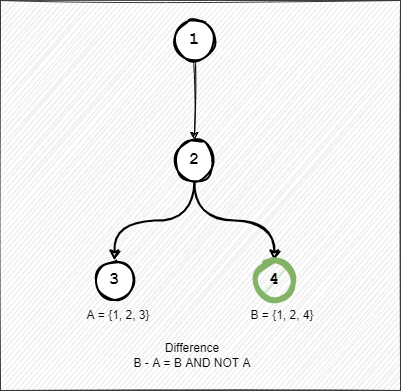
braboj/tutorial-git keeps this draw.io diagram as Assets/images/git-selectors-double-dot.png. Above is the earlier version. Source tidied: cells renumbered, new cells last; positions are measured from the earlier drawing's top-left corner, leaving out a move shared by most shapes.
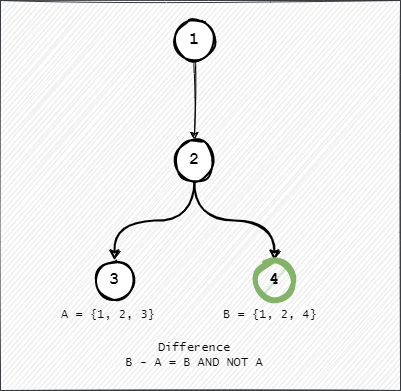
The same diagram one commit later.

What changed in the source:
```diff
@@ -26,14 +26,14 @@
     <mxCell id="9" value="1" style="ellipse;whiteSpace=wrap;html=1;strokeWidth=2;shadow=0;sketch=1;fontFamily=Courier New;fontSize=17;fontStyle=1;" parent="1" vertex="1">
       <mxGeometry x="174" y="20" width="40" height="40" as="geometry" />
     </mxCell>
-    <mxCell id="10" value="B = {1, 2, 4}" style="text;html=1;strokeColor=none;fillColor=none;align=center;verticalAlign=middle;whiteSpace=wrap;rounded=0;sketch=1;" parent="1" vertex="1">
-      <mxGeometry x="244" y="300" width="76" height="30" as="geometry" />
+    <mxCell id="10" value="B = {1, 2, 4}" style="text;html=1;strokeColor=none;fillColor=none;align=center;verticalAlign=middle;whiteSpace=wrap;rounded=0;sketch=1;fontFamily=Lucida Console;" parent="1" vertex="1">
+      <mxGeometry x="220" y="300" width="100" height="30" as="geometry" />
     </mxCell>
-    <mxCell id="11" value="A = {1, 2, 3}" style="text;html=1;strokeColor=none;fillColor=none;align=center;verticalAlign=middle;whiteSpace=wrap;rounded=0;sketch=1;" parent="1" vertex="1">
-      <mxGeometry x="80" y="300" width="76" height="30" as="geometry" />
+    <mxCell id="11" value="A = {1, 2, 3}" style="text;html=1;strokeColor=none;fillColor=none;align=center;verticalAlign=middle;whiteSpace=wrap;rounded=0;sketch=1;fontFamily=Lucida Console;" parent="1" vertex="1">
+      <mxGeometry x="60" y="300" width="96" height="30" as="geometry" />
     </mxCell>
-    <mxCell id="12" value="Difference&lt;br&gt;B - A = B AND NOT A" style="text;html=1;strokeColor=none;fillColor=none;align=center;verticalAlign=middle;whiteSpace=wrap;rounded=0;sketch=1;" parent="1" vertex="1">
-      <mxGeometry x="130" y="340" width="124" height="30" as="geometry" />
+    <mxCell id="12" value="Difference&lt;br&gt;B - A = B AND NOT A" style="text;html=1;strokeColor=none;fillColor=none;align=center;verticalAlign=middle;whiteSpace=wrap;rounded=0;sketch=1;fontFamily=Lucida Console;" parent="1" vertex="1">
+      <mxGeometry x="122" y="340" width="144" height="30" as="geometry" />
     </mxCell>
   </root>
 </mxGraphModel>
```
